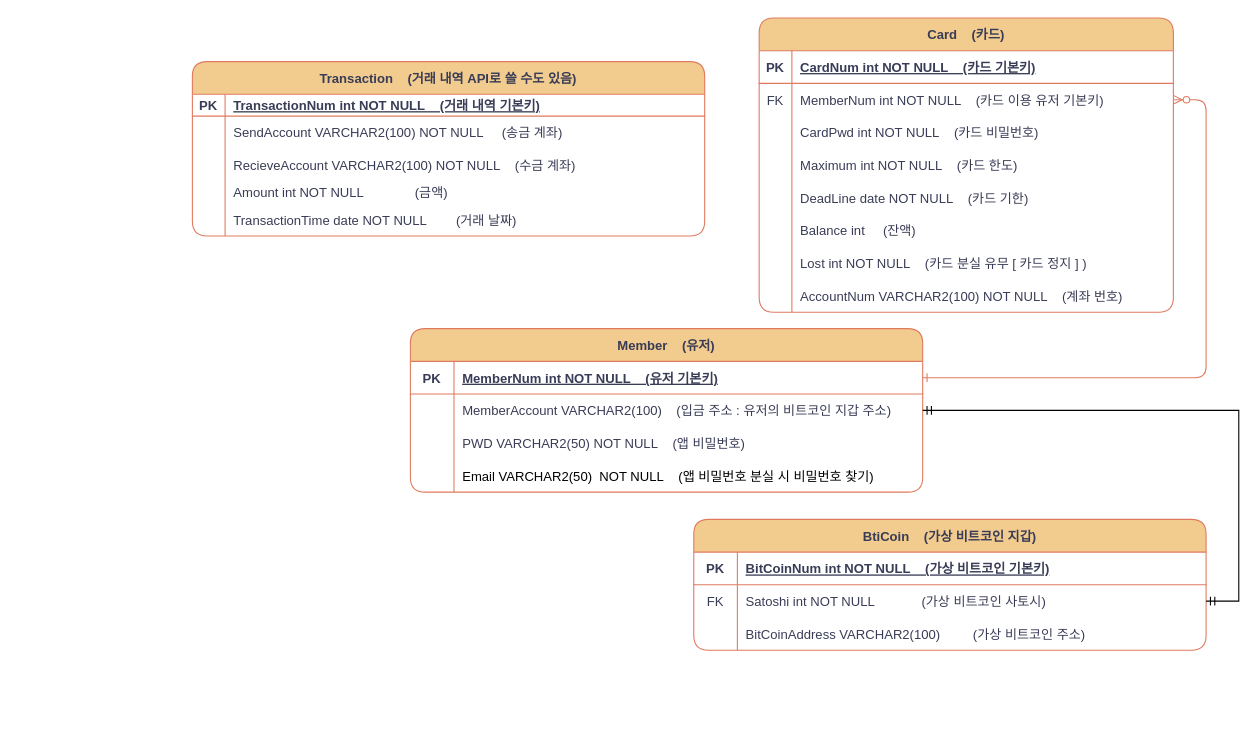
The draw.io diagram 제목 없는 다이어그램.drawio in jooooooowon/sinhan, before the edit. Source tidied: cells renumbered, new cells numbered last; positions are measured from the earlier drawing's top-left corner, leaving out a move shared by most shapes. Both pictures are drawn from the tidied source at 109%, with x=0, y=0 at pixel (192, 17).
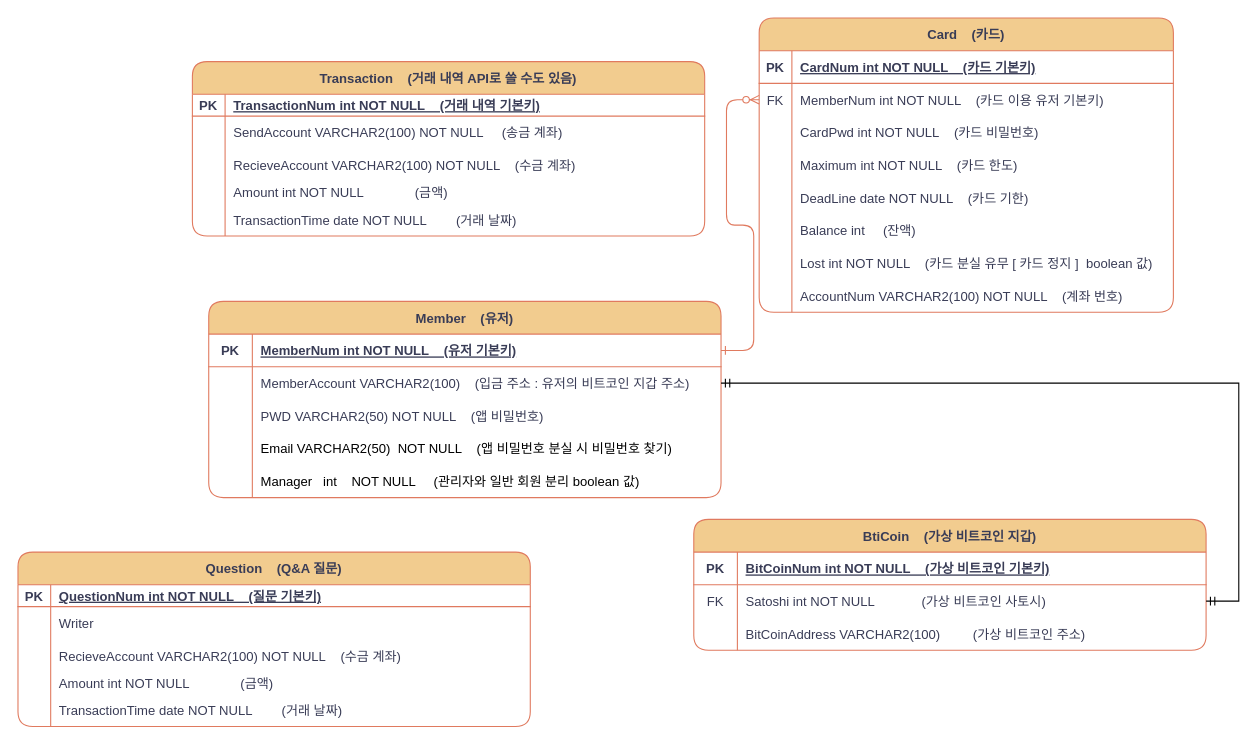
After the change.

Commit message:
신한읂애 해커톤

Unchanged cells that the change refers to:
```xml
<mxCell id="22" style="shape=tableRow;horizontal=0;startSize=0;swimlaneHead=0;swimlaneBody=0;fillColor=none;top=0;left=0;right=0;bottom=0;labelBackgroundColor=none;strokeColor=#E07A5F;fontColor=#393C56;rounded=1;" parent="3" vertex="1">
  <mxGeometry y="210" width="380" height="30" as="geometry" />
</mxCell>
```

Change to the diagram source:
```diff
@@
-    <mxCell id="24" value="Lost int NOT NULL    (카드 분실 유무 [ 카드 정지 ] )" style="shape=partialRectangle;fillColor=none;top=0;left=0;bottom=0;right=0;align=left;spacingLeft=6;overflow=hidden;labelBackgroundColor=none;strokeColor=#E07A5F;fontColor=#393C56;rounded=1;" parent="22" vertex="1">
+    <mxCell id="24" value="Lost int NOT NULL    (카드 분실 유무 [ 카드 정지 ]  boolean 값)" style="shape=partialRectangle;fillColor=none;top=0;left=0;bottom=0;right=0;align=left;spacingLeft=6;overflow=hidden;labelBackgroundColor=none;strokeColor=#E07A5F;fontColor=#393C56;rounded=1;" parent="22" vertex="1">
       <mxGeometry x="30" width="350" height="30" as="geometry" />
     </mxCell>
@@
     <mxCell id="44" value="Member    (유저)" style="shape=table;startSize=30;childLayout=tableLayout;rowLines=0;fontStyle=1;align=center;labelBackgroundColor=none;fillColor=#F2CC8F;strokeColor=#E07A5F;fontColor=#393C56;rounded=1;" parent="1" vertex="1">
-      <mxGeometry x="200" y="285" width="470" height="150" as="geometry" />
+      <mxGeometry x="15" y="260" width="470" height="180" as="geometry" />
     </mxCell>
@@
+    <mxCell id="68" style="shape=tableRow;horizontal=0;startSize=0;swimlaneHead=0;swimlaneBody=0;fillColor=none;top=0;left=0;right=0;bottom=0;" parent="44" vertex="1">
+      <mxGeometry y="150" width="470" height="30" as="geometry" />
+    </mxCell>
+    <mxCell id="69" style="shape=partialRectangle;fillColor=none;top=0;left=0;bottom=0;right=0;overflow=hidden;" parent="68" vertex="1">
+      <mxGeometry width="40" height="30" as="geometry" />
+    </mxCell>
+    <mxCell id="70" value="Manager   int    NOT NULL     (관리자와 일반 회원 분리 boolean 값)" style="shape=partialRectangle;fillColor=none;top=0;left=0;bottom=0;right=0;align=left;spacingLeft=6;overflow=hidden;" parent="68" vertex="1">
+      <mxGeometry x="40" width="430" height="30" as="geometry" />
+    </mxCell>
@@
+    <mxCell id="71" value="Question    (Q&amp;A 질문)" style="shape=table;startSize=30;childLayout=tableLayout;rowLines=0;fontStyle=1;align=center;labelBackgroundColor=none;fillColor=#F2CC8F;strokeColor=#E07A5F;fontColor=#393C56;rounded=1;" parent="1" vertex="1">
+      <mxGeometry x="-160" y="490" width="470" height="160" as="geometry" />
+    </mxCell>
+    <mxCell id="72" style="shape=partialRectangle;fillColor=none;top=0;left=0;right=0;bottom=1;labelBackgroundColor=none;strokeColor=#E07A5F;fontColor=#393C56;rounded=1;" parent="71" vertex="1">
+      <mxGeometry y="30" width="470" height="20" as="geometry" />
+    </mxCell>
+    <mxCell id="73" value="PK" style="shape=partialRectangle;overflow=hidden;fillColor=none;top=0;left=0;bottom=0;right=0;fontStyle=1;labelBackgroundColor=none;strokeColor=#E07A5F;fontColor=#393C56;rounded=1;" parent="72" vertex="1">
+      <mxGeometry width="30" height="20" as="geometry" />
+    </mxCell>
+    <mxCell id="74" value="QuestionNum int NOT NULL    (질문 기본키)" style="shape=partialRectangle;overflow=hidden;fillColor=none;top=0;left=0;bottom=0;right=0;align=left;spacingLeft=6;fontStyle=5;labelBackgroundColor=none;strokeColor=#E07A5F;fontColor=#393C56;rounded=1;" parent="72" vertex="1">
+      <mxGeometry x="30" width="440" height="20" as="geometry" />
+    </mxCell>
+    <mxCell id="75" style="shape=partialRectangle;fillColor=none;top=0;left=0;right=0;bottom=0;labelBackgroundColor=none;strokeColor=#E07A5F;fontColor=#393C56;rounded=1;" parent="71" vertex="1">
+      <mxGeometry y="50" width="470" height="30" as="geometry" />
+    </mxCell>
+    <mxCell id="76" style="shape=partialRectangle;overflow=hidden;fillColor=none;top=0;left=0;bottom=0;right=0;labelBackgroundColor=none;strokeColor=#E07A5F;fontColor=#393C56;rounded=1;" parent="75" vertex="1">
+      <mxGeometry width="30" height="30" as="geometry" />
+    </mxCell>
+    <mxCell id="77" value="Writer" style="shape=partialRectangle;overflow=hidden;fillColor=none;top=0;left=0;bottom=0;right=0;align=left;spacingLeft=6;labelBackgroundColor=none;strokeColor=#E07A5F;fontColor=#393C56;rounded=1;" parent="75" vertex="1">
+      <mxGeometry x="30" width="440" height="30" as="geometry" />
+    </mxCell>
+    <mxCell id="78" style="shape=partialRectangle;fillColor=none;top=0;left=0;right=0;bottom=0;labelBackgroundColor=none;strokeColor=#E07A5F;fontColor=#393C56;rounded=1;" parent="71" vertex="1">
+      <mxGeometry y="80" width="470" height="30" as="geometry" />
+    </mxCell>
+    <mxCell id="79" style="shape=partialRectangle;overflow=hidden;fillColor=none;top=0;left=0;bottom=0;right=0;labelBackgroundColor=none;strokeColor=#E07A5F;fontColor=#393C56;rounded=1;" parent="78" vertex="1">
+      <mxGeometry width="30" height="30" as="geometry" />
+    </mxCell>
+    <mxCell id="80" value="RecieveAccount VARCHAR2(100) NOT NULL    (수금 계좌)" style="shape=partialRectangle;overflow=hidden;fillColor=none;top=0;left=0;bottom=0;right=0;align=left;spacingLeft=6;labelBackgroundColor=none;strokeColor=#E07A5F;fontColor=#393C56;rounded=1;" parent="78" vertex="1">
+      <mxGeometry x="30" width="440" height="30" as="geometry" />
+    </mxCell>
+    <mxCell id="81" style="shape=tableRow;horizontal=0;startSize=0;swimlaneHead=0;swimlaneBody=0;fillColor=none;top=0;left=0;right=0;bottom=0;labelBackgroundColor=none;strokeColor=#E07A5F;fontColor=#393C56;rounded=1;" parent="71" vertex="1">
+      <mxGeometry y="110" width="470" height="20" as="geometry" />
+    </mxCell>
+    <mxCell id="82" style="shape=partialRectangle;fillColor=none;top=0;left=0;bottom=0;right=0;overflow=hidden;labelBackgroundColor=none;strokeColor=#E07A5F;fontColor=#393C56;rounded=1;" parent="81" vertex="1">
+      <mxGeometry width="30" height="20" as="geometry" />
+    </mxCell>
+    <mxCell id="83" value="Amount int NOT NULL              (금액)" style="shape=partialRectangle;fillColor=none;top=0;left=0;bottom=0;right=0;align=left;spacingLeft=6;overflow=hidden;labelBackgroundColor=none;strokeColor=#E07A5F;fontColor=#393C56;rounded=1;" parent="81" vertex="1">
+      <mxGeometry x="30" width="440" height="20" as="geometry" />
+    </mxCell>
+    <mxCell id="84" style="shape=tableRow;horizontal=0;startSize=0;swimlaneHead=0;swimlaneBody=0;fillColor=none;top=0;left=0;right=0;bottom=0;labelBackgroundColor=none;strokeColor=#E07A5F;fontColor=#393C56;rounded=1;" parent="71" vertex="1">
+      <mxGeometry y="130" width="470" height="30" as="geometry" />
+    </mxCell>
+    <mxCell id="85" style="shape=partialRectangle;fillColor=none;top=0;left=0;bottom=0;right=0;overflow=hidden;labelBackgroundColor=none;strokeColor=#E07A5F;fontColor=#393C56;rounded=1;" parent="84" vertex="1">
+      <mxGeometry width="30" height="30" as="geometry" />
+    </mxCell>
+    <mxCell id="86" value="TransactionTime date NOT NULL        (거래 날짜)" style="shape=partialRectangle;fillColor=none;top=0;left=0;bottom=0;right=0;align=left;spacingLeft=6;overflow=hidden;labelBackgroundColor=none;strokeColor=#E07A5F;fontColor=#393C56;rounded=1;" parent="84" vertex="1">
+      <mxGeometry x="30" width="440" height="30" as="geometry" />
+    </mxCell>
```
